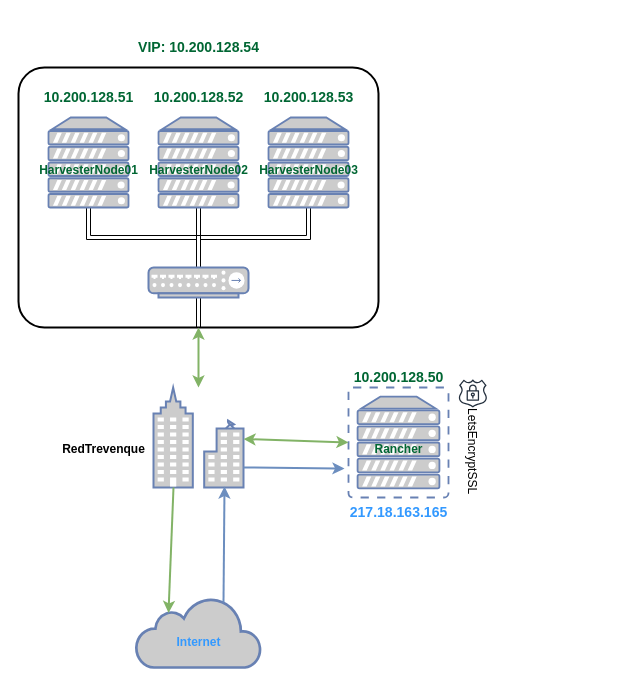
Before: ConfiguracionNetwork/EsquemaNetwork.drawio in firex20/ProyectoFinalCiclo, a draw.io diagram. Source tidied: cells renumbered, new cells numbered last; positions are measured from the earlier drawing's top-left corner, leaving out a move shared by most shapes. Both pictures are drawn from the tidied source at 100%, with x=0, y=0 at pixel (18, 17).
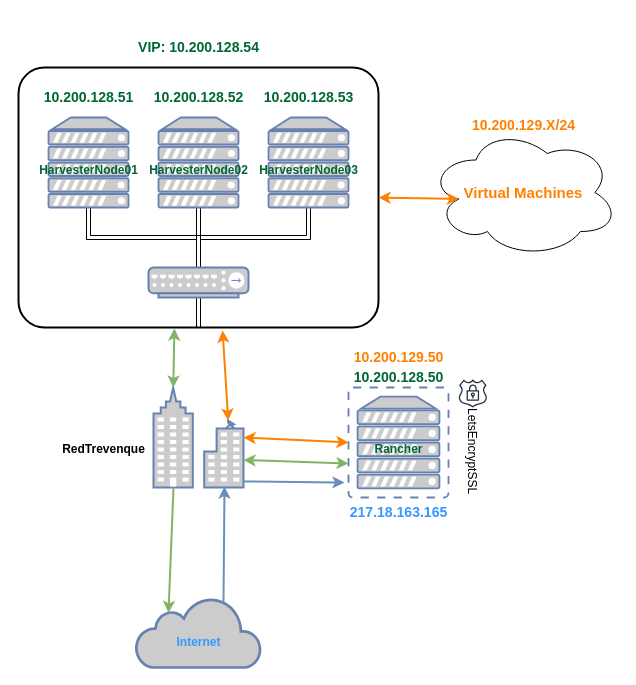
After the change.

Commit message (it also covers changes not shown here):
Actualizado esquema de red, terminada creación del cluster

Unchanged cells that the change refers to:
```xml
<mxCell id="2" style="rounded=1;arcSize=10;dashed=0;fillColor=none;gradientColor=none;strokeWidth=2;" parent="1" vertex="1">
  <mxGeometry y="50" width="360" height="260" as="geometry" />
</mxCell>
<mxCell id="15" style="fontColor=#0066CC;verticalAlign=top;verticalLabelPosition=bottom;labelPosition=center;align=center;html=1;outlineConnect=0;fillColor=#CCCCCC;strokeColor=#6881B3;gradientColor=none;gradientDirection=north;strokeWidth=2;shape=mxgraph.networks.business_center;" parent="1" vertex="1">
  <mxGeometry x="135" y="370" width="90" height="100" as="geometry" />
</mxCell>
<mxCell id="17" style="fontColor=#0066CC;verticalAlign=top;verticalLabelPosition=bottom;labelPosition=center;align=center;html=1;outlineConnect=0;fillColor=#CCCCCC;strokeColor=#6881B3;gradientColor=none;gradientDirection=north;strokeWidth=2;shape=mxgraph.networks.virtual_server;" parent="1" vertex="1">
  <mxGeometry x="330" y="370" width="100" height="110" as="geometry" />
</mxCell>
```

The edit, as a diff of the source:
```diff
@@
     <mxCell id="22" style="endArrow=classic;html=1;rounded=0;fillColor=#dae8fc;strokeColor=#6c8ebf;strokeWidth=2;" parent="1" edge="1">
       <mxGeometry relative="1" as="geometry">
-        <mxPoint x="225" y="450" as="sourcePoint" />
-        <mxPoint x="326" y="451" as="targetPoint" />
+        <mxPoint x="225" y="464" as="sourcePoint" />
+        <mxPoint x="326" y="465" as="targetPoint" />
       </mxGeometry>
     </mxCell>
@@
-    <mxCell id="25" style="endArrow=classic;startArrow=classic;html=1;rounded=0;entryX=0;entryY=0.5;entryDx=0;entryDy=0;entryPerimeter=0;strokeWidth=2;fillColor=#d5e8d4;strokeColor=#82b366;" parent="1" edge="1" source="15" target="17">
-      <mxGeometry relative="1" as="geometry" />
+    <mxCell id="25" style="endArrow=classic;startArrow=classic;html=1;rounded=0;entryX=0;entryY=0.5;entryDx=0;entryDy=0;entryPerimeter=0;strokeWidth=2;fillColor=#d5e8d4;strokeColor=#82b366;" parent="1" edge="1">
+      <mxGeometry relative="1" as="geometry">
+        <mxPoint x="225" y="442.5" as="sourcePoint" />
+        <mxPoint x="330" y="446" as="targetPoint" />
+      </mxGeometry>
     </mxCell>
-    <mxCell id="26" style="endArrow=classic;startArrow=classic;html=1;rounded=0;strokeWidth=2;fillColor=#d5e8d4;strokeColor=#82b366;exitX=0.5;exitY=1;exitDx=0;exitDy=0;" parent="1" edge="1" source="2" target="15">
+    <mxCell id="26" style="endArrow=classic;startArrow=classic;html=1;rounded=0;strokeWidth=2;fillColor=#d5e8d4;strokeColor=#82b366;exitX=0.433;exitY=1.004;exitDx=0;exitDy=0;exitPerimeter=0;entryX=0.22;entryY=0;entryDx=0;entryDy=0;entryPerimeter=0;" parent="1" edge="1" source="2" target="15">
       <mxGeometry relative="1" as="geometry" />
     </mxCell>
@@
+    <mxCell id="33" value="&lt;b&gt;&lt;font color=&quot;#ff8000&quot; style=&quot;font-size: 15px;&quot;&gt;Virtual Machines&lt;/font&gt;&lt;/b&gt;" style="ellipse;shape=cloud;whiteSpace=wrap;html=1;" parent="1" vertex="1">
+      <mxGeometry x="410" y="110" width="190" height="130" as="geometry" />
+    </mxCell>
+    <mxCell id="34" value="&lt;h3&gt;&lt;font color=&quot;#ff8000&quot;&gt;10.200.129.X/24&lt;/font&gt;&lt;/h3&gt;" style="text;html=1;align=center;verticalAlign=middle;strokeColor=none;fillColor=none;" parent="1" vertex="1">
+      <mxGeometry x="440" y="78" width="130" height="60" as="geometry" />
+    </mxCell>
+    <mxCell id="35" style="endArrow=classic;startArrow=classic;html=1;rounded=0;strokeWidth=2;fillColor=#d5e8d4;strokeColor=#FF8000;exitX=0.16;exitY=0.55;exitDx=0;exitDy=0;exitPerimeter=0;entryX=1;entryY=0.5;entryDx=0;entryDy=0;" parent="1" edge="1" source="33" target="2">
+      <mxGeometry relative="1" as="geometry" />
+    </mxCell>
+    <mxCell id="36" style="endArrow=classic;startArrow=classic;html=1;rounded=0;strokeWidth=2;fillColor=#d5e8d4;strokeColor=#FF8000;exitX=0.83;exitY=0.33;exitDx=0;exitDy=0;exitPerimeter=0;entryX=0.567;entryY=1.012;entryDx=0;entryDy=0;entryPerimeter=0;" parent="1" edge="1" source="15" target="2">
+      <mxGeometry relative="1" as="geometry" />
+    </mxCell>
+    <mxCell id="37" style="endArrow=classic;startArrow=classic;html=1;rounded=0;strokeWidth=2;fillColor=#d5e8d4;strokeColor=#FF8000;exitX=0;exitY=0.5;exitDx=0;exitDy=0;exitPerimeter=0;entryX=1;entryY=0.5;entryDx=0;entryDy=0;entryPerimeter=0;" parent="1" edge="1" source="17" target="15">
+      <mxGeometry relative="1" as="geometry" />
+    </mxCell>
+    <mxCell id="38" value="&lt;h3&gt;&lt;font color=&quot;#ff8000&quot;&gt;10.200.129.50&lt;/font&gt;&lt;/h3&gt;" style="text;html=1;align=center;verticalAlign=middle;strokeColor=none;fillColor=none;" parent="1" vertex="1">
+      <mxGeometry x="325" y="310" width="110" height="60" as="geometry" />
+    </mxCell>
```
